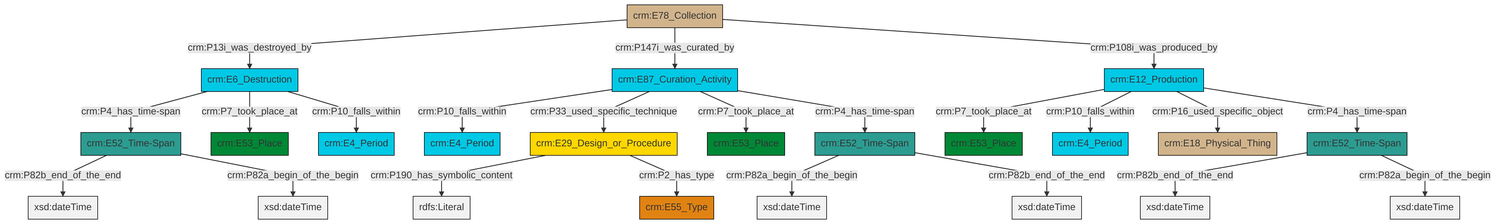
Earlier version of the Mermaid export et/archivalCSV/ttl/mmd/png/archival_existence.png (swiss-art-research-net/docs.swissartresearch). Its source is kept beside it as et/archivalCSV/ttl/mmd/archival_existence.ttl.mmd.
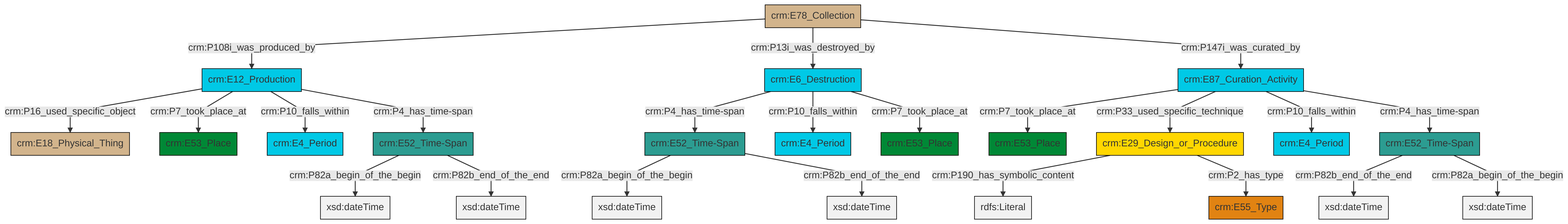
After the change.

The edit, as a diff of the source:
```diff
@@ -13,25 +13,25 @@
 classDef PC_Classes fill:#4ce600, stroke:#000000;
 classDef Multi fill:#cccccc,stroke:#000000;
 
-0["crm:E78_Collection"]:::Physical_Thing -->|crm:P13i_was_destroyed_by| 2["crm:E6_Destruction"]:::Temporal_Entity
-3["crm:E52_Time-Span"]:::Time-Span -->|crm:P82b_end_of_the_end| 4[xsd:dateTime]:::Literal
-2["crm:E6_Destruction"]:::Temporal_Entity -->|crm:P4_has_time-span| 5["crm:E52_Time-Span"]:::Time-Span
-6["crm:E29_Design_or_Procedure"]:::Conceptual_Object -->|crm:P190_has_symbolic_content| 7[rdfs:Literal]:::Literal
-0["crm:E78_Collection"]:::Physical_Thing -->|crm:P147i_was_curated_by| 10["crm:E87_Curation_Activity"]:::Temporal_Entity
-11["crm:E12_Production"]:::Temporal_Entity -->|crm:P7_took_place_at| 12["crm:E53_Place"]:::Place
-11["crm:E12_Production"]:::Temporal_Entity -->|crm:P10_falls_within| 15["crm:E4_Period"]:::Temporal_Entity
-5["crm:E52_Time-Span"]:::Time-Span -->|crm:P82b_end_of_the_end| 16[xsd:dateTime]:::Literal
-6["crm:E29_Design_or_Procedure"]:::Conceptual_Object -->|crm:P2_has_type| 8["crm:E55_Type"]:::Type
-11["crm:E12_Production"]:::Temporal_Entity -->|crm:P16_used_specific_object| 21["crm:E18_Physical_Thing"]:::Physical_Thing
-10["crm:E87_Curation_Activity"]:::Temporal_Entity -->|crm:P10_falls_within| 22["crm:E4_Period"]:::Temporal_Entity
-5["crm:E52_Time-Span"]:::Time-Span -->|crm:P82a_begin_of_the_begin| 24[xsd:dateTime]:::Literal
-2["crm:E6_Destruction"]:::Temporal_Entity -->|crm:P7_took_place_at| 25["crm:E53_Place"]:::Place
-0["crm:E78_Collection"]:::Physical_Thing -->|crm:P108i_was_produced_by| 11["crm:E12_Production"]:::Temporal_Entity
-2["crm:E6_Destruction"]:::Temporal_Entity -->|crm:P10_falls_within| 28["crm:E4_Period"]:::Temporal_Entity
-18["crm:E52_Time-Span"]:::Time-Span -->|crm:P82a_begin_of_the_begin| 34[xsd:dateTime]:::Literal
-11["crm:E12_Production"]:::Temporal_Entity -->|crm:P4_has_time-span| 3["crm:E52_Time-Span"]:::Time-Span
-18["crm:E52_Time-Span"]:::Time-Span -->|crm:P82b_end_of_the_end| 35[xsd:dateTime]:::Literal
-10["crm:E87_Curation_Activity"]:::Temporal_Entity -->|crm:P33_used_specific_technique| 6["crm:E29_Design_or_Procedure"]:::Conceptual_Object
-10["crm:E87_Curation_Activity"]:::Temporal_Entity -->|crm:P7_took_place_at| 31["crm:E53_Place"]:::Place
-3["crm:E52_Time-Span"]:::Time-Span -->|crm:P82a_begin_of_the_begin| 36[xsd:dateTime]:::Literal
-10["crm:E87_Curation_Activity"]:::Temporal_Entity -->|crm:P4_has_time-span| 18["crm:E52_Time-Span"]:::Time-Span
+4["crm:E52_Time-Span"]:::Time-Span -->|crm:P82a_begin_of_the_begin| 5[xsd:dateTime]:::Literal
+6["crm:E6_Destruction"]:::Temporal_Entity -->|crm:P4_has_time-span| 7["crm:E52_Time-Span"]:::Time-Span
+12["crm:E78_Collection"]:::Physical_Thing -->|crm:P108i_was_produced_by| 16["crm:E12_Production"]:::Temporal_Entity
+7["crm:E52_Time-Span"]:::Time-Span -->|crm:P82a_begin_of_the_begin| 19[xsd:dateTime]:::Literal
+2["crm:E87_Curation_Activity"]:::Temporal_Entity -->|crm:P7_took_place_at| 8["crm:E53_Place"]:::Place
+12["crm:E78_Collection"]:::Physical_Thing -->|crm:P13i_was_destroyed_by| 6["crm:E6_Destruction"]:::Temporal_Entity
+14["crm:E52_Time-Span"]:::Time-Span -->|crm:P82b_end_of_the_end| 23[xsd:dateTime]:::Literal
+10["crm:E29_Design_or_Procedure"]:::Conceptual_Object -->|crm:P190_has_symbolic_content| 24[rdfs:Literal]:::Literal
+12["crm:E78_Collection"]:::Physical_Thing -->|crm:P147i_was_curated_by| 2["crm:E87_Curation_Activity"]:::Temporal_Entity
+14["crm:E52_Time-Span"]:::Time-Span -->|crm:P82a_begin_of_the_begin| 29[xsd:dateTime]:::Literal
+16["crm:E12_Production"]:::Temporal_Entity -->|crm:P16_used_specific_object| 27["crm:E18_Physical_Thing"]:::Physical_Thing
+7["crm:E52_Time-Span"]:::Time-Span -->|crm:P82b_end_of_the_end| 35[xsd:dateTime]:::Literal
+2["crm:E87_Curation_Activity"]:::Temporal_Entity -->|crm:P33_used_specific_technique| 10["crm:E29_Design_or_Procedure"]:::Conceptual_Object
+6["crm:E6_Destruction"]:::Temporal_Entity -->|crm:P10_falls_within| 31["crm:E4_Period"]:::Temporal_Entity
+16["crm:E12_Production"]:::Temporal_Entity -->|crm:P7_took_place_at| 21["crm:E53_Place"]:::Place
+10["crm:E29_Design_or_Procedure"]:::Conceptual_Object -->|crm:P2_has_type| 36["crm:E55_Type"]:::Type
+6["crm:E6_Destruction"]:::Temporal_Entity -->|crm:P7_took_place_at| 17["crm:E53_Place"]:::Place
+16["crm:E12_Production"]:::Temporal_Entity -->|crm:P10_falls_within| 0["crm:E4_Period"]:::Temporal_Entity
+16["crm:E12_Production"]:::Temporal_Entity -->|crm:P4_has_time-span| 4["crm:E52_Time-Span"]:::Time-Span
+2["crm:E87_Curation_Activity"]:::Temporal_Entity -->|crm:P10_falls_within| 25["crm:E4_Period"]:::Temporal_Entity
+4["crm:E52_Time-Span"]:::Time-Span -->|crm:P82b_end_of_the_end| 38[xsd:dateTime]:::Literal
+2["crm:E87_Curation_Activity"]:::Temporal_Entity -->|crm:P4_has_time-span| 14["crm:E52_Time-Span"]:::Time-Span
```
